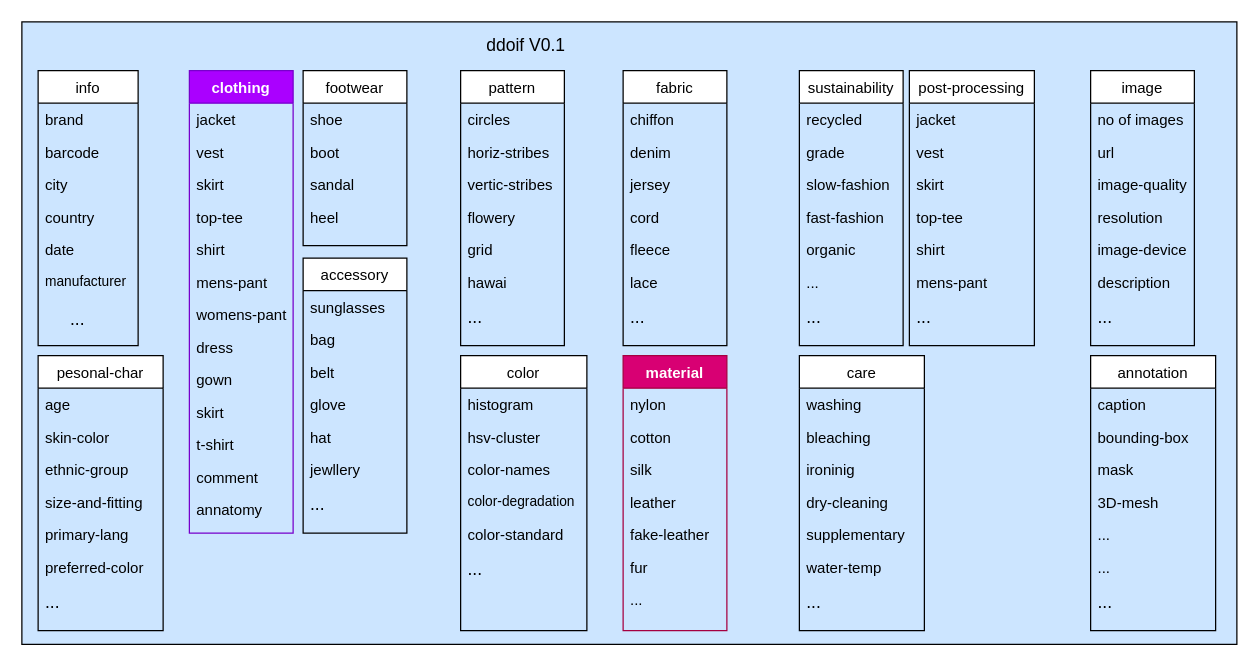
Earlier version of the draw.io diagram ddoif.drawio (morawi/ddoif). Source tidied: cells renumbered, new cells numbered last; positions are measured from the earlier drawing's top-left corner, leaving out a move shared by most shapes. Both pictures are drawn from the tidied source at 125%, with x=0, y=0 at pixel (21, 21).
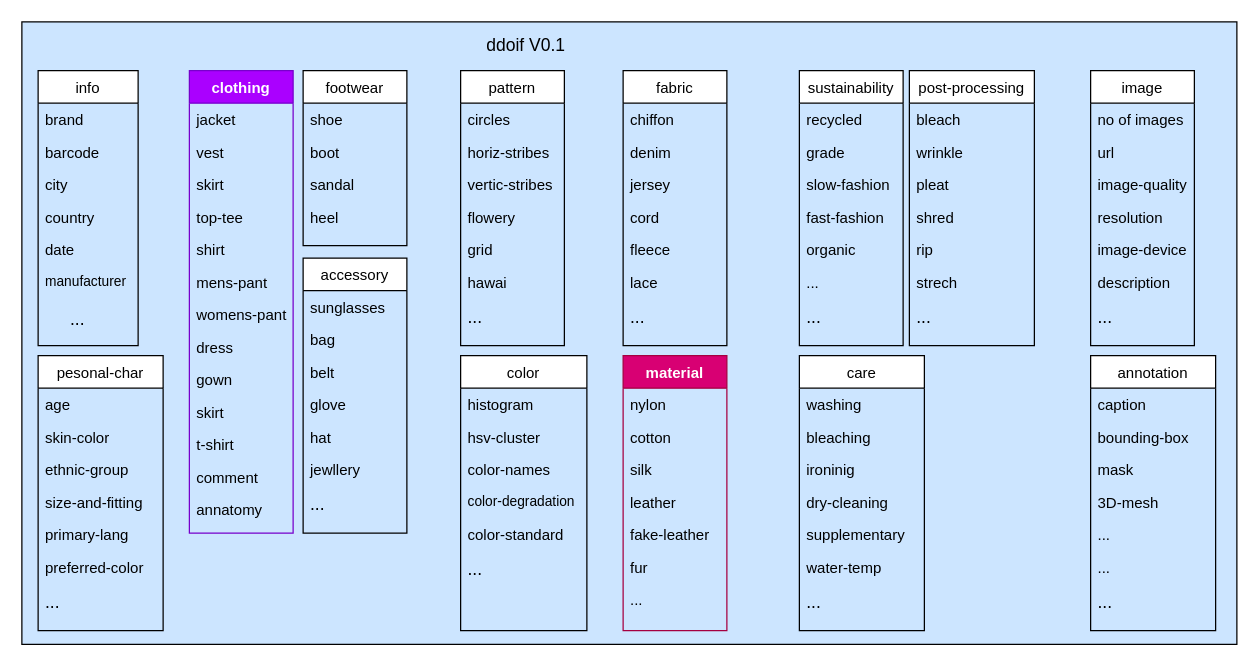
The same page after the edit.

The change refers to these unchanged cells:
```xml
<mxCell id="21" value="post-processing" style="swimlane;fontStyle=0;align=center;verticalAlign=top;horizontal=1;startSize=26;rounded=0;shadow=0;strokeWidth=1;" parent="1" vertex="1">
  <mxGeometry x="710" y="39" width="100" height="220" as="geometry" />
</mxCell>
```

What changed in the source:
```diff
@@
+    <mxCell id="23" value="bleach" style="text;align=left;verticalAlign=top;spacingLeft=4;spacingRight=4;overflow=hidden;rounded=0;shadow=0;html=0;" parent="21" vertex="1">
+      <mxGeometry y="26" width="100" height="26" as="geometry" />
+    </mxCell>
-    <mxCell id="22" value="jacket" style="text;align=left;verticalAlign=top;spacingLeft=4;spacingRight=4;overflow=hidden;" parent="21" vertex="1">
-      <mxGeometry y="26" width="100" height="26" as="geometry" />
+    <mxCell id="22" value="wrinkle" style="text;align=left;verticalAlign=top;spacingLeft=4;spacingRight=4;overflow=hidden;" parent="21" vertex="1">
+      <mxGeometry y="52" width="100" height="26" as="geometry" />
     </mxCell>
-    <mxCell id="23" value="vest" style="text;align=left;verticalAlign=top;spacingLeft=4;spacingRight=4;overflow=hidden;rounded=0;shadow=0;html=0;" parent="21" vertex="1">
-      <mxGeometry y="52" width="100" height="26" as="geometry" />
-    </mxCell>
-    <mxCell id="24" value="skirt" style="text;align=left;verticalAlign=top;spacingLeft=4;spacingRight=4;overflow=hidden;rounded=0;shadow=0;html=0;" parent="21" vertex="1">
+    <mxCell id="24" value="pleat" style="text;align=left;verticalAlign=top;spacingLeft=4;spacingRight=4;overflow=hidden;rounded=0;shadow=0;html=0;" parent="21" vertex="1">
       <mxGeometry y="78" width="100" height="26" as="geometry" />
     </mxCell>
-    <mxCell id="25" value="top-tee" style="text;align=left;verticalAlign=top;spacingLeft=4;spacingRight=4;overflow=hidden;" parent="21" vertex="1">
+    <mxCell id="25" value="shred" style="text;align=left;verticalAlign=top;spacingLeft=4;spacingRight=4;overflow=hidden;" parent="21" vertex="1">
       <mxGeometry y="104" width="100" height="26" as="geometry" />
     </mxCell>
-    <mxCell id="26" value="shirt" style="text;align=left;verticalAlign=top;spacingLeft=4;spacingRight=4;overflow=hidden;" parent="21" vertex="1">
+    <mxCell id="26" value="rip" style="text;align=left;verticalAlign=top;spacingLeft=4;spacingRight=4;overflow=hidden;" parent="21" vertex="1">
       <mxGeometry y="130" width="100" height="26" as="geometry" />
     </mxCell>
-    <mxCell id="27" value="mens-pant" style="text;align=left;verticalAlign=top;spacingLeft=4;spacingRight=4;overflow=hidden;" parent="21" vertex="1">
+    <mxCell id="27" value="strech" style="text;align=left;verticalAlign=top;spacingLeft=4;spacingRight=4;overflow=hidden;" parent="21" vertex="1">
       <mxGeometry y="156" width="100" height="26" as="geometry" />
     </mxCell>
```
